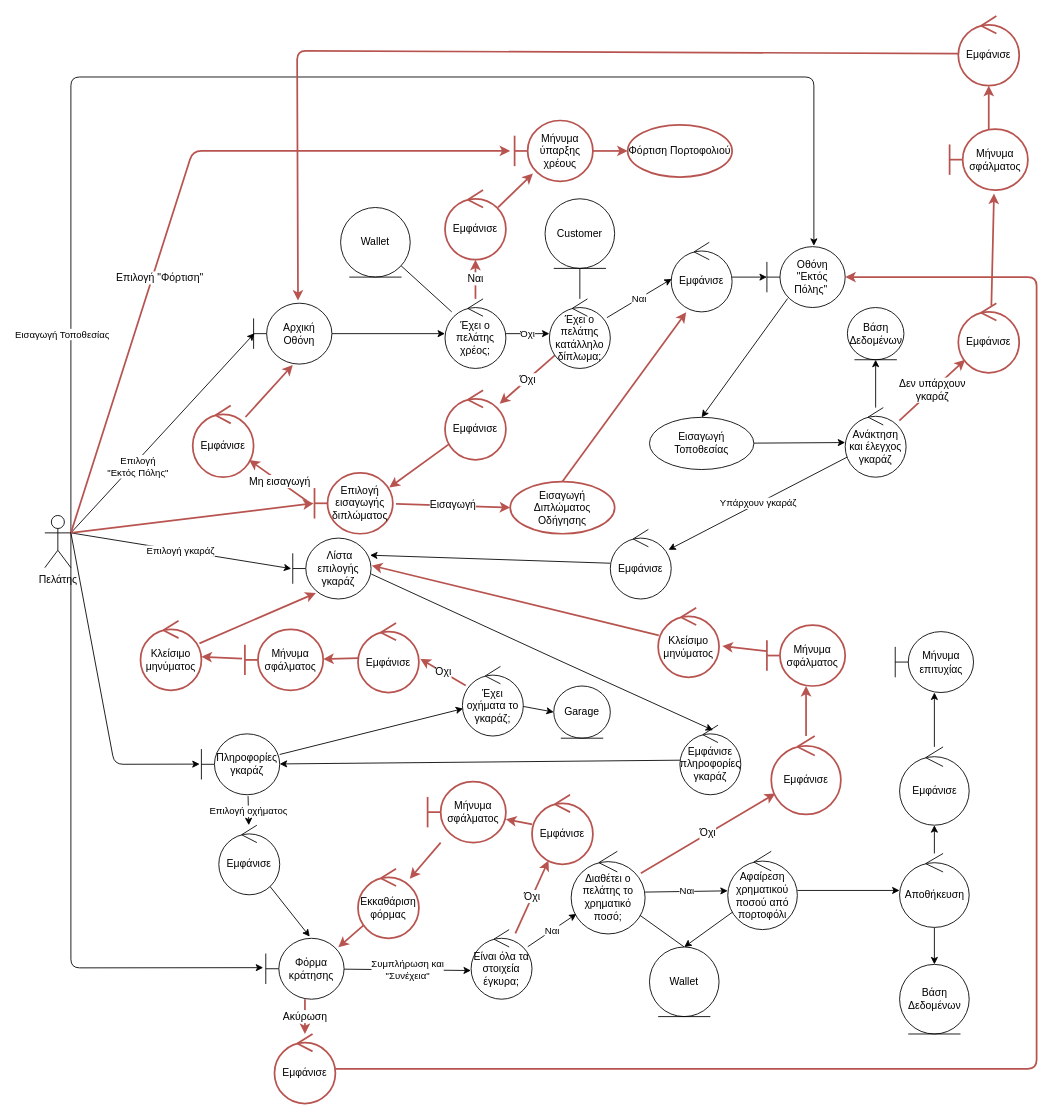
Earlier version of the draw.io diagram Part_4/Robustness/diagrams/12_Βραχυπρόθεσμο_Ταξίδι.drawio (Nikolis2002/texnoligia_logismikou). Source tidied: cells renumbered, new cells numbered last; positions are measured from the earlier drawing's top-left corner, leaving out a move shared by most shapes. Both pictures are drawn from the tidied source at 87%, with x=0, y=0 at pixel (44, 16).
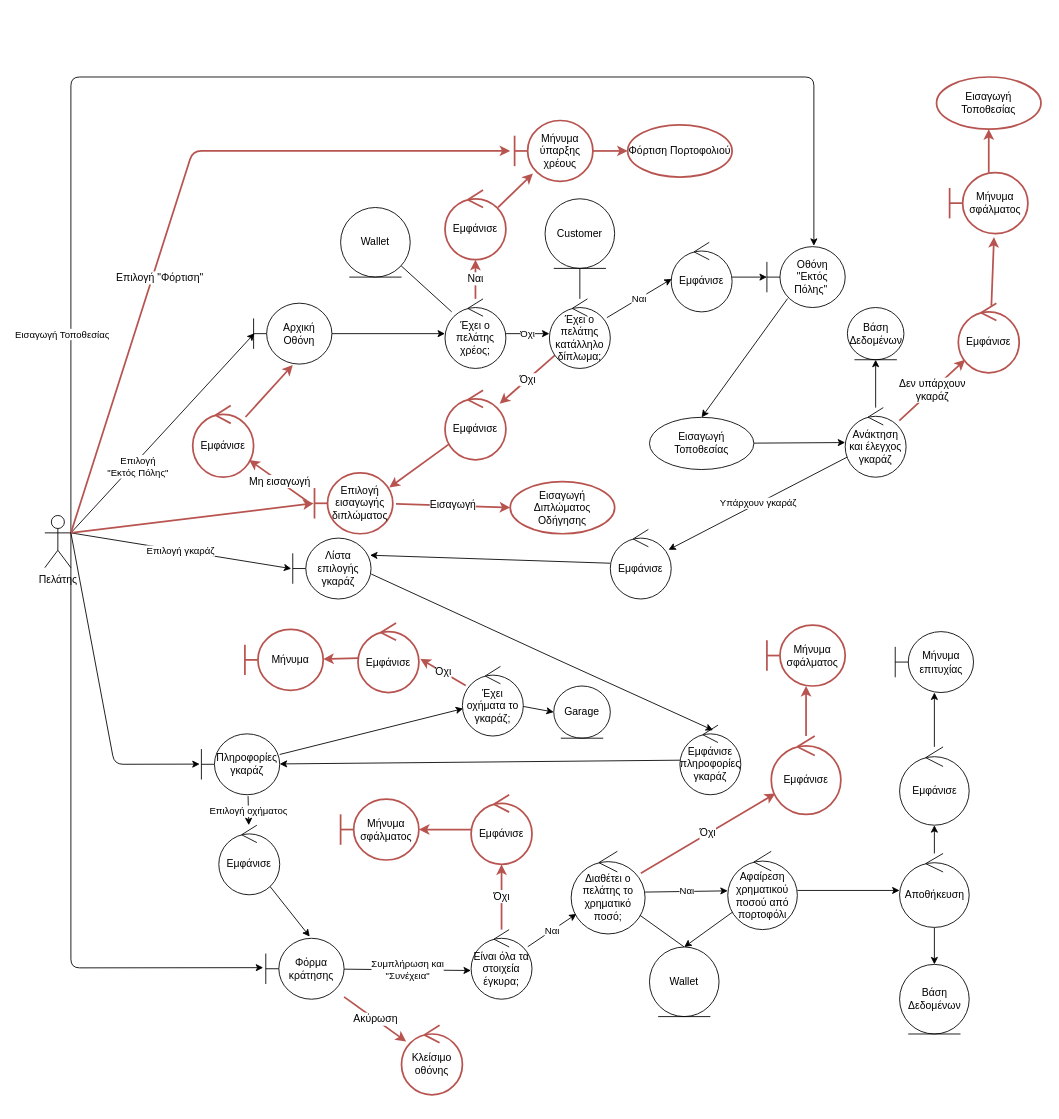
The same diagram, later.

Commit message (it also covers changes not shown here):
USE CASES 12, 13

The change refers to these unchanged cells:
```xml
<mxCell id="11" value="Αρχική Οθόνη" style="shape=umlBoundary;whiteSpace=wrap;html=1;" parent="1" vertex="1">
  <mxGeometry x="240" y="330" width="90" height="70" as="geometry" />
</mxCell>
<mxCell id="43" value="Φόρμα κράτησης" style="shape=umlBoundary;whiteSpace=wrap;html=1;" parent="1" vertex="1">
  <mxGeometry x="254" y="1060" width="90" height="70" as="geometry" />
</mxCell>
<mxCell id="71" value="Εισαγωγή Διπλώματος Οδήγησης" style="ellipse;whiteSpace=wrap;html=1;strokeColor=#b85450;strokeWidth=2;" parent="1" vertex="1">
  <mxGeometry x="535" y="535" width="120" height="60" as="geometry" />
</mxCell>
<mxCell id="81" value="Εμφάνισε" style="ellipse;shape=umlControl;whiteSpace=wrap;html=1;" parent="1" vertex="1">
  <mxGeometry x="720" y="260" width="70" height="80" as="geometry" />
</mxCell>
<mxCell id="100" value="Μήνυμα σφάλματος" style="shape=umlBoundary;whiteSpace=wrap;html=1;strokeColor=#b85450;strokeWidth=2;" parent="1" vertex="1">
  <mxGeometry x="830" y="700" width="90" height="70" as="geometry" />
</mxCell>
```

Change to the diagram source:
```diff
@@
-    <mxCell id="32" value="&amp;nbsp;Λίστα επιλογής γκαράζ" style="shape=umlBoundary;whiteSpace=wrap;html=1;" parent="1" vertex="1">
+    <mxCell id="32" value="Λίστα επιλογής γκαράζ" style="shape=umlBoundary;whiteSpace=wrap;html=1;" parent="1" vertex="1">
       <mxGeometry x="285" y="600" width="90" height="70" as="geometry" />
     </mxCell>
@@
-    <mxCell id="70" style="edgeStyle=none;html=1;entryX=0.246;entryY=1.004;entryDx=0;entryDy=0;fontSize=12;fillColor=default;strokeColor=#b85450;strokeWidth=2;exitX=0.5;exitY=0;exitDx=0;exitDy=0;entryPerimeter=0;" parent="1" edge="1" source="71" target="81">
-      <mxGeometry relative="1" as="geometry" />
-    </mxCell>
@@
-    <mxCell id="72" style="edgeStyle=none;html=1;exitX=0.014;exitY=0.538;exitDx=0;exitDy=0;exitPerimeter=0;fontSize=12;fillColor=default;strokeColor=#b85450;strokeWidth=2;entryX=0.567;entryY=-0.043;entryDx=0;entryDy=0;entryPerimeter=0;" parent="1" edge="1" source="77" target="11">
-      <mxGeometry relative="1" as="geometry">
-        <Array as="points">
-          <mxPoint x="290" y="40" />
-        </Array>
-      </mxGeometry>
-    </mxCell>
@@
-    <mxCell id="75" style="edgeStyle=none;html=1;fontSize=12;fillColor=default;strokeColor=#b85450;strokeWidth=2;" parent="1" edge="1" source="76" target="77">
+    <mxCell id="75" style="edgeStyle=none;html=1;fontSize=12;fillColor=default;strokeColor=#b85450;strokeWidth=2;entryX=0.5;entryY=1;entryDx=0;entryDy=0;" parent="1" edge="1" source="76" target="109">
       <mxGeometry relative="1" as="geometry" />
     </mxCell>
     <mxCell id="76" value="Μήνυμα σφάλματος" style="shape=umlBoundary;whiteSpace=wrap;html=1;fillColor=none;strokeColor=#b85450;strokeWidth=2;" parent="1" vertex="1">
-      <mxGeometry x="1040" y="130" width="90" height="70" as="geometry" />
+      <mxGeometry x="1040" y="180" width="90" height="70" as="geometry" />
     </mxCell>
-    <mxCell id="77" value="Εμφάνισε" style="ellipse;shape=umlControl;whiteSpace=wrap;html=1;strokeColor=#b85450;strokeWidth=2;" parent="1" vertex="1">
-      <mxGeometry x="1050" width="70" height="80" as="geometry" />
-    </mxCell>
@@
-    <mxCell id="86" style="edgeStyle=none;html=1;fontSize=12;fillColor=default;strokeColor=#b85450;strokeWidth=2;exitX=-0.037;exitY=0.479;exitDx=0;exitDy=0;exitPerimeter=0;" parent="1" edge="1" source="87" target="104">
-      <mxGeometry relative="1" as="geometry" />
-    </mxCell>
-    <mxCell id="87" value="Μήνυμα σφάλματος" style="shape=umlBoundary;whiteSpace=wrap;html=1;strokeColor=#b85450;strokeWidth=2;" parent="1" vertex="1">
+    <mxCell id="87" value="Μήνυμα" style="shape=umlBoundary;whiteSpace=wrap;html=1;strokeColor=#b85450;strokeWidth=2;" parent="1" vertex="1">
       <mxGeometry x="230" y="705" width="90" height="70" as="geometry" />
     </mxCell>
-    <mxCell id="88" style="edgeStyle=none;html=1;fontSize=12;fillColor=default;strokeColor=#b85450;strokeWidth=2;" parent="1" edge="1" source="89">
-      <mxGeometry relative="1" as="geometry">
-        <mxPoint x="920" y="300" as="targetPoint" />
-        <Array as="points">
-          <mxPoint x="1140" y="1210" />
-          <mxPoint x="1140" y="760" />
-          <mxPoint x="1140" y="300" />
-        </Array>
-      </mxGeometry>
-    </mxCell>
-    <mxCell id="89" value="Εμφάνισε" style="ellipse;shape=umlControl;whiteSpace=wrap;html=1;strokeColor=#b85450;strokeWidth=2;" parent="1" vertex="1">
-      <mxGeometry x="264" y="1170" width="70" height="80" as="geometry" />
+    <mxCell id="89" value="Κλείσιμο οθόνης" style="ellipse;shape=umlControl;whiteSpace=wrap;html=1;strokeColor=#b85450;strokeWidth=2;" parent="1" vertex="1">
+      <mxGeometry x="410" y="1160" width="70" height="80" as="geometry" />
     </mxCell>
@@
     <mxCell id="91" value="Εμφάνισε" style="ellipse;shape=umlControl;whiteSpace=wrap;html=1;strokeColor=#b85450;strokeWidth=2;" parent="1" vertex="1">
-      <mxGeometry x="560" y="895" width="70" height="80" as="geometry" />
+      <mxGeometry x="490" y="895" width="70" height="80" as="geometry" />
     </mxCell>
-    <mxCell id="92" style="edgeStyle=none;html=1;fontSize=12;fillColor=default;strokeColor=#b85450;strokeWidth=2;" parent="1" edge="1" source="93" target="108">
-      <mxGeometry relative="1" as="geometry" />
-    </mxCell>
     <mxCell id="93" value="Μήνυμα σφάλματος" style="shape=umlBoundary;whiteSpace=wrap;html=1;strokeColor=#b85450;strokeWidth=2;" parent="1" vertex="1">
-      <mxGeometry x="440" y="880" width="90" height="70" as="geometry" />
+      <mxGeometry x="340" y="900" width="90" height="70" as="geometry" />
     </mxCell>
@@
-    <mxCell id="99" style="edgeStyle=none;html=1;entryX=1.053;entryY=0.552;entryDx=0;entryDy=0;entryPerimeter=0;fontSize=12;strokeColor=#b85450;fillColor=default;strokeWidth=2;" parent="1" edge="1" source="100" target="106">
-      <mxGeometry relative="1" as="geometry" />
-    </mxCell>
@@
-    <mxCell id="103" style="edgeStyle=none;html=1;entryX=0.296;entryY=0.902;entryDx=0;entryDy=0;entryPerimeter=0;fontSize=12;strokeColor=#b85450;fillColor=default;strokeWidth=2;" parent="1" edge="1" source="104" target="32">
-      <mxGeometry relative="1" as="geometry" />
-    </mxCell>
-    <mxCell id="104" value="Κλείσιμο μηνύματος" style="ellipse;shape=umlControl;whiteSpace=wrap;html=1;strokeColor=#b85450;strokeWidth=2;" parent="1" vertex="1">
-      <mxGeometry x="110" y="695" width="70" height="80" as="geometry" />
-    </mxCell>
-    <mxCell id="105" style="edgeStyle=none;html=1;entryX=1.009;entryY=0.451;entryDx=0;entryDy=0;entryPerimeter=0;fontSize=12;strokeColor=#b85450;fillColor=default;strokeWidth=2;" parent="1" edge="1" source="106" target="32">
-      <mxGeometry relative="1" as="geometry" />
-    </mxCell>
-    <mxCell id="106" value="Κλείσιμο μηνύματος" style="ellipse;shape=umlControl;whiteSpace=wrap;html=1;strokeColor=#b85450;strokeWidth=2;" parent="1" vertex="1">
-      <mxGeometry x="705" y="680" width="70" height="80" as="geometry" />
-    </mxCell>
-    <mxCell id="107" style="edgeStyle=none;html=1;entryX=0.926;entryY=0.148;entryDx=0;entryDy=0;entryPerimeter=0;fontSize=12;strokeColor=#b85450;fillColor=default;strokeWidth=2;" parent="1" edge="1" source="108" target="43">
-      <mxGeometry relative="1" as="geometry" />
-    </mxCell>
-    <mxCell id="108" value="Εκκαθάριση φόρμας" style="ellipse;shape=umlControl;whiteSpace=wrap;html=1;strokeColor=#b85450;strokeWidth=2;" parent="1" vertex="1">
-      <mxGeometry x="360" y="980" width="70" height="80" as="geometry" />
-    </mxCell>
+    <mxCell id="109" value="Εισαγωγή Τοποθεσίας" style="ellipse;whiteSpace=wrap;html=1;strokeColor=#b85450;strokeWidth=2;" parent="1" vertex="1">
+      <mxGeometry x="1025" y="70" width="120" height="60" as="geometry" />
+    </mxCell>
```
